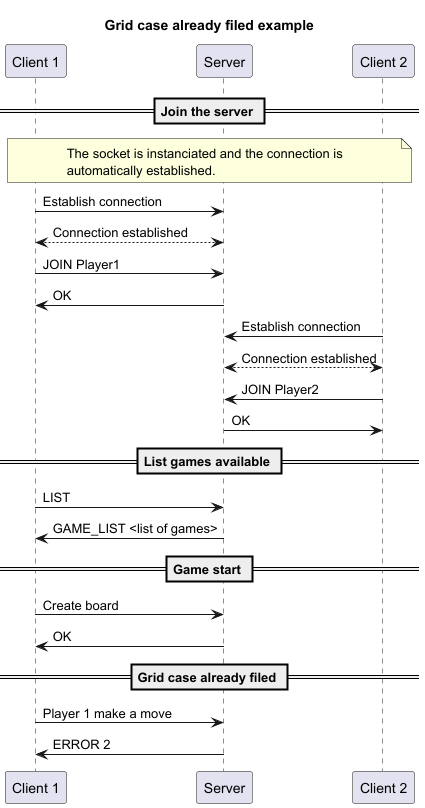
This is doc/img/case_filed_error_example-Grid_case_already_filed_example.png from AlexB-HEIG/DAI-Practical-work-2, a PlantUML export, as it was before one commit.
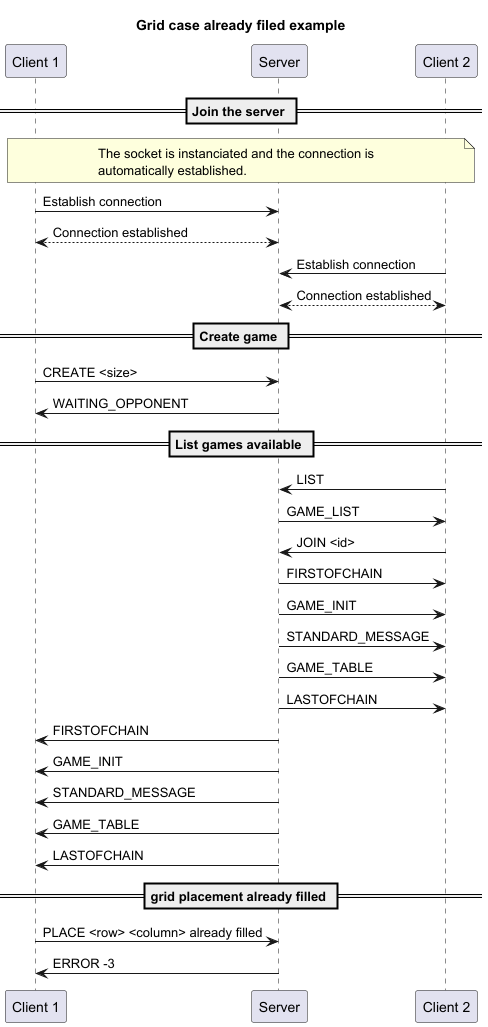
Above is the later version.

The edit, as a diff of the source:
```diff
@@ -16,28 +16,38 @@
 c1->s : Establish connection
 c1<-->s : Connection established
 
-c1->s: JOIN Player1
-s->c1: OK
-
 c2->s : Establish connection
 c2<-->s : Connection established
 
-c2->s: JOIN Player2
-s->c2: OK
+
+== Create game ==
+
+c1->s: CREATE <size>
+s->c1: WAITING_OPPONENT
 
 == List games available ==
 
-c1->s: LIST
-s->c1: GAME_LIST <list of games>
+c2->s: LIST
+s->c2: GAME_LIST
 
-== Game start ==
+c2->s: JOIN <id>
 
-c1->s : Create board
-s->c1: OK
+s->c2: FIRSTOFCHAIN
+s->c2: GAME_INIT
+s->c2: STANDARD_MESSAGE
+s->c2: GAME_TABLE
+s->c2: LASTOFCHAIN
 
-== Grid case already filed ==
-c1->s: Player 1 make a move
-s->c1: ERROR 2
+s->c1: FIRSTOFCHAIN
+s->c1: GAME_INIT
+s->c1: STANDARD_MESSAGE
+s->c1: GAME_TABLE
+s->c1: LASTOFCHAIN
+
+== grid placement already filled ==
+c1->s: PLACE <row> <column> already filled
+s->c1: ERROR -3
+
 
 
 @enduml
```
